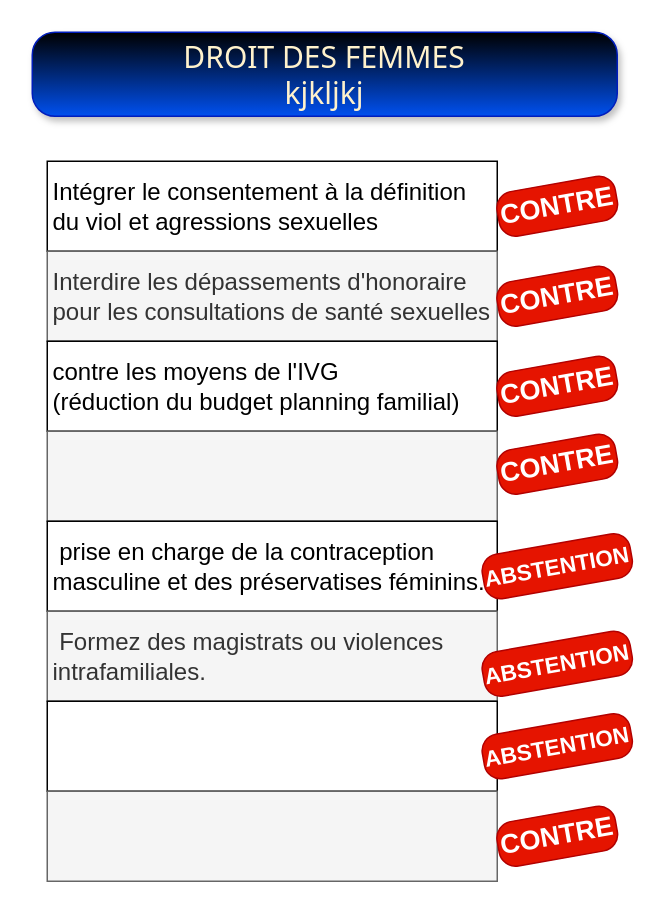
Earlier version of the draw.io diagram drawio/Droit_des_femmes.drawio (bernard44600/cedbn). Source tidied: cells renumbered, new cells numbered last; positions are measured from the earlier drawing's top-left corner, leaving out a move shared by most shapes. Both pictures are drawn from the tidied source at 150%, with x=0, y=0 at pixel (32, 32).
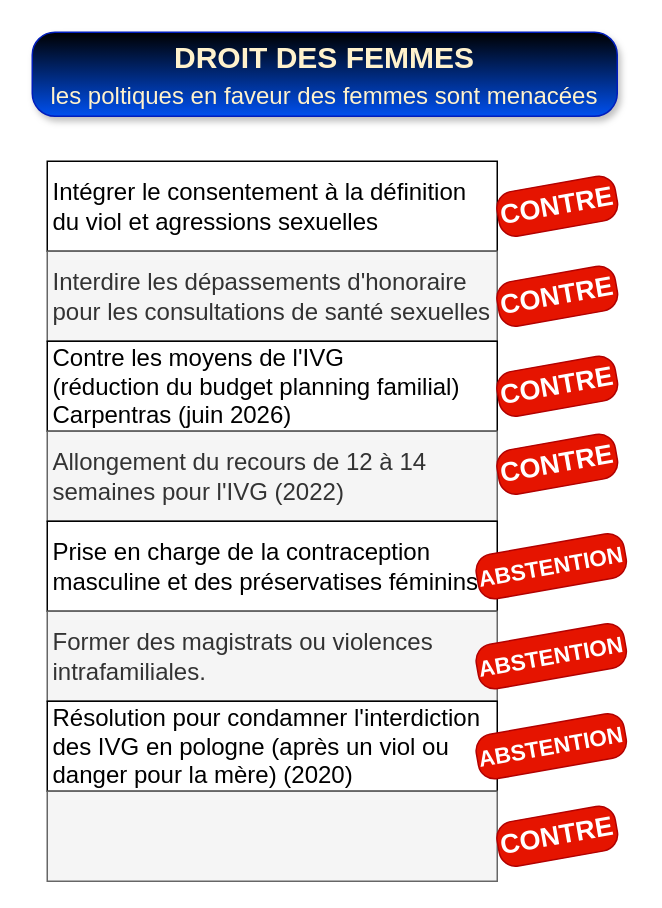
The same diagram, later.

The edit, as a diff of the source:
```diff
@@
 <mxGraphModel>
   <root>
     <mxCell id="0" />
     <mxCell id="1" parent="0" />
-    <mxCell id="2" value="DROIT DES FEMMES&lt;br&gt;kjkljkj" style="rounded=1;whiteSpace=wrap;html=1;fontSize=20;fillColor=#0050ef;strokeColor=#001DBC;fontColor=#FFF2CC;gradientColor=default;gradientDirection=north;roundedPerimeter=1;shadow=1;glass=0;multiple=0;fontFamily=Tahoma;labelBackgroundColor=none;arcSize=27;" parent="1" vertex="1">
+    <mxCell id="2" value="DROIT DES FEMMES&lt;br&gt;&lt;font style=&quot;font-size: 16px; font-weight: normal;&quot;&gt;les poltiques en faveur des femmes sont menacées&lt;/font&gt;" style="rounded=1;whiteSpace=wrap;html=1;fontSize=20;fillColor=#0050ef;strokeColor=#001DBC;fontColor=#FFF2CC;gradientColor=default;gradientDirection=north;roundedPerimeter=1;shadow=1;glass=0;multiple=0;fontFamily=Helvetica;labelBackgroundColor=none;arcSize=27;fontStyle=1;" parent="1" vertex="1">
       <mxGeometry width="390" height="56" as="geometry" />
     </mxCell>
     <mxCell id="3" value="Intégrer le consentement à la définition du viol et agressions sexuelles" style="rounded=0;whiteSpace=wrap;html=1;fontFamily=Helvetica;fontSize=16;align=left;spacingLeft=2;" parent="1" vertex="1">
       <mxGeometry x="10" y="86" width="300" height="60" as="geometry" />
     </mxCell>
     <mxCell id="4" value="Interdire les dépassements d'honoraire pour les consultations de santé sexuelles" style="rounded=0;whiteSpace=wrap;html=1;fontFamily=Helvetica;fontSize=16;align=left;fillColor=#f5f5f5;fontColor=#333333;strokeColor=#666666;spacingLeft=2;" parent="1" vertex="1">
       <mxGeometry x="10" y="146" width="300" height="60" as="geometry" />
     </mxCell>
-    <mxCell id="5" value="&lt;font&gt;contre les moyens de l'IVG &lt;br&gt;(réduction du budget planning familial)&amp;nbsp;&lt;/font&gt;" style="rounded=0;whiteSpace=wrap;html=1;fontFamily=Helvetica;fontSize=16;align=left;spacingLeft=2;" parent="1" vertex="1">
+    <mxCell id="5" value="&lt;font&gt;Contre les moyens de l'IVG &lt;br&gt;(réduction du budget planning familial)&lt;br&gt;Carpentras (juin 2026)&amp;nbsp;&lt;/font&gt;" style="rounded=0;whiteSpace=wrap;html=1;fontFamily=Helvetica;fontSize=16;align=left;spacingLeft=2;" parent="1" vertex="1">
       <mxGeometry x="10" y="206" width="300" height="60" as="geometry" />
     </mxCell>
-    <mxCell id="6" style="rounded=0;whiteSpace=wrap;html=1;fontFamily=Helvetica;fontSize=16;align=left;fillColor=#f5f5f5;fontColor=#333333;strokeColor=#666666;spacingLeft=2;" parent="1" vertex="1">
+    <mxCell id="6" value="Allongement du recours de 12 à 14 semaines pour l'IVG (2022)" style="rounded=0;whiteSpace=wrap;html=1;fontFamily=Helvetica;fontSize=16;align=left;fillColor=#f5f5f5;fontColor=#333333;strokeColor=#666666;spacingLeft=2;" parent="1" vertex="1">
       <mxGeometry x="10" y="266" width="300" height="60" as="geometry" />
     </mxCell>
-    <mxCell id="7" value="&amp;nbsp;prise en charge de la contraception masculine et des préservatises féminins." style="rounded=0;whiteSpace=wrap;html=1;fontFamily=Helvetica;fontSize=16;align=left;spacingLeft=2;" parent="1" vertex="1">
+    <mxCell id="7" value="Prise en charge de la contraception masculine et des préservatises féminins." style="rounded=0;whiteSpace=wrap;html=1;fontFamily=Helvetica;fontSize=16;align=left;spacingLeft=2;" parent="1" vertex="1">
       <mxGeometry x="10" y="326" width="300" height="60" as="geometry" />
     </mxCell>
-    <mxCell id="8" value="&amp;nbsp;Formez des magistrats ou violences intrafamiliales." style="rounded=0;whiteSpace=wrap;html=1;fontFamily=Helvetica;fontSize=16;align=left;fillColor=#f5f5f5;fontColor=#333333;strokeColor=#666666;spacingLeft=2;" parent="1" vertex="1">
+    <mxCell id="8" value="Former des magistrats ou violences intrafamiliales." style="rounded=0;whiteSpace=wrap;html=1;fontFamily=Helvetica;fontSize=16;align=left;fillColor=#f5f5f5;fontColor=#333333;strokeColor=#666666;spacingLeft=2;" parent="1" vertex="1">
       <mxGeometry x="10" y="386" width="300" height="60" as="geometry" />
     </mxCell>
-    <mxCell id="9" style="rounded=0;whiteSpace=wrap;html=1;fontFamily=Helvetica;fontSize=16;align=left;spacingLeft=2;" parent="1" vertex="1">
+    <mxCell id="9" value="Résolution pour condamner l'interdiction des IVG en pologne (après un viol ou danger pour la mère) (2020)" style="rounded=0;whiteSpace=wrap;html=1;fontFamily=Helvetica;fontSize=16;align=left;spacingLeft=2;" parent="1" vertex="1">
       <mxGeometry x="10" y="446" width="300" height="60" as="geometry" />
     </mxCell>
     <mxCell id="10" style="rounded=0;whiteSpace=wrap;html=1;fontFamily=Helvetica;fontSize=16;align=left;fillColor=#f5f5f5;fontColor=#333333;strokeColor=#666666;spacingLeft=2;" parent="1" vertex="1">
       <mxGeometry x="10" y="506" width="300" height="60" as="geometry" />
     </mxCell>
     <mxCell id="11" value="CONTRE" style="text;html=1;whiteSpace=wrap;strokeColor=#B20000;fillColor=#e51400;align=center;verticalAlign=middle;rounded=1;fontSize=18;fontColor=#ffffff;fontStyle=1;roundedPerimeter=1;arcSize=37;rotation=-10;" parent="1" vertex="1">
       <mxGeometry x="310" y="101" width="80" height="30" as="geometry" />
     </mxCell>
     <mxCell id="12" value="CONTRE" style="text;html=1;whiteSpace=wrap;strokeColor=#B20000;fillColor=#e51400;align=center;verticalAlign=middle;rounded=1;fontSize=18;fontColor=#ffffff;fontStyle=1;roundedPerimeter=1;arcSize=37;rotation=-10;" parent="1" vertex="1">
       <mxGeometry x="310" y="161" width="80" height="30" as="geometry" />
     </mxCell>
     <mxCell id="13" value="CONTRE" style="text;html=1;whiteSpace=wrap;strokeColor=#B20000;fillColor=#e51400;align=center;verticalAlign=middle;rounded=1;fontSize=18;fontColor=#ffffff;fontStyle=1;roundedPerimeter=1;arcSize=37;rotation=-10;" parent="1" vertex="1">
       <mxGeometry x="310" y="221" width="80" height="30" as="geometry" />
     </mxCell>
     <mxCell id="14" value="CONTRE" style="text;html=1;whiteSpace=wrap;strokeColor=#B20000;fillColor=#e51400;align=center;verticalAlign=middle;rounded=1;fontSize=18;fontColor=#ffffff;fontStyle=1;roundedPerimeter=1;arcSize=37;rotation=-10;" parent="1" vertex="1">
       <mxGeometry x="310" y="273" width="80" height="30" as="geometry" />
     </mxCell>
     <mxCell id="15" value="ABSTENTION" style="text;html=1;whiteSpace=wrap;strokeColor=#B20000;fillColor=#e51400;align=center;verticalAlign=middle;rounded=1;fontSize=15;fontColor=#ffffff;fontStyle=1;roundedPerimeter=1;arcSize=37;rotation=-10;" parent="1" vertex="1">
-      <mxGeometry x="300" y="341" width="100" height="30" as="geometry" />
+      <mxGeometry x="296" y="341" width="100" height="30" as="geometry" />
     </mxCell>
     <mxCell id="16" value="ABSTENTION" style="text;html=1;whiteSpace=wrap;strokeColor=#B20000;fillColor=#e51400;align=center;verticalAlign=middle;rounded=1;fontSize=15;fontColor=#ffffff;fontStyle=1;roundedPerimeter=1;arcSize=37;rotation=-10;" parent="1" vertex="1">
-      <mxGeometry x="300" y="406" width="100" height="30" as="geometry" />
+      <mxGeometry x="296" y="401" width="100" height="30" as="geometry" />
     </mxCell>
     <mxCell id="17" value="ABSTENTION" style="text;html=1;whiteSpace=wrap;strokeColor=#B20000;fillColor=#e51400;align=center;verticalAlign=middle;rounded=1;fontSize=15;fontColor=#ffffff;fontStyle=1;roundedPerimeter=1;arcSize=37;rotation=-10;" parent="1" vertex="1">
-      <mxGeometry x="300" y="461" width="100" height="30" as="geometry" />
+      <mxGeometry x="296" y="461" width="100" height="30" as="geometry" />
     </mxCell>
     <mxCell id="18" value="CONTRE" style="text;html=1;whiteSpace=wrap;strokeColor=#B20000;fillColor=#e51400;align=center;verticalAlign=middle;rounded=1;fontSize=18;fontColor=#ffffff;fontStyle=1;roundedPerimeter=1;arcSize=37;rotation=-10;" parent="1" vertex="1">
       <mxGeometry x="310" y="521" width="80" height="30" as="geometry" />
     </mxCell>
   </root>
 </mxGraphModel>
```
